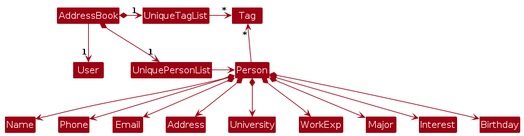
Above: diagrams/BetterModelClassDiagram.png in verakohh/tp (PlantUML), before the change. Its source is kept beside it as diagrams/BetterModelClassDiagram.puml.
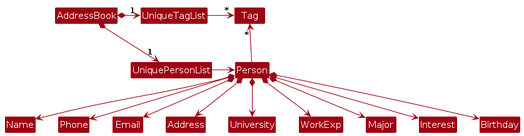
Later version of the same file.

Change to the diagram source:
```diff
@@ -6,7 +6,6 @@
 
 AddressBook *-right-> "1" UniquePersonList
 AddressBook *-right-> "1" UniqueTagList
-AddressBook --> "1" User
 UniqueTagList -[hidden]down- UniquePersonList
 UniqueTagList -[hidden]down- UniquePersonList
 
```
